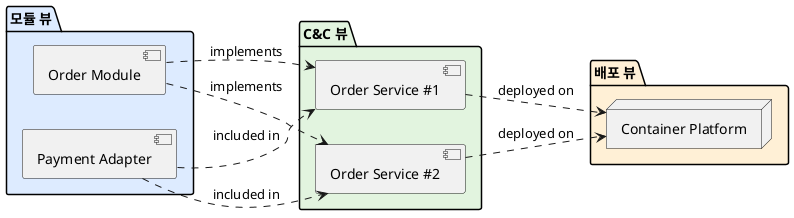
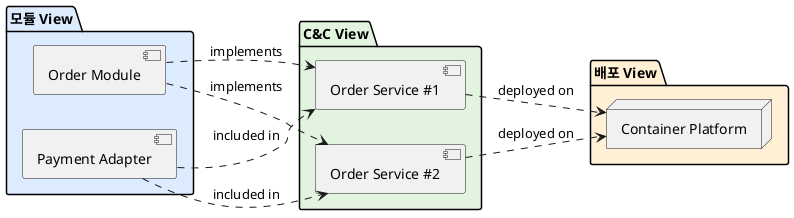
@startuml
left to right direction

- package "모듈 뷰" #DDEBFF {
+ package "모듈 View" #DDEBFF {
  [Order Module] as OrderModule
  [Payment Adapter] as PaymentAdapter
}

- package "C&C 뷰" #E2F4DF {
+ package "C&C View" #E2F4DF {
  [Order Service #1] as Order1
  [Order Service #2] as Order2
}

- package "배포 뷰" #FFF0D6 {
+ package "배포 View" #FFF0D6 {
  node "Container Platform" as Platform
}

OrderModule ..> Order1 : implements
OrderModule ..> Order2 : implements
PaymentAdapter ..> Order1 : included in
PaymentAdapter ..> Order2 : included in
Order1 ..> Platform : deployed on
Order2 ..> Platform : deployed on
@enduml
